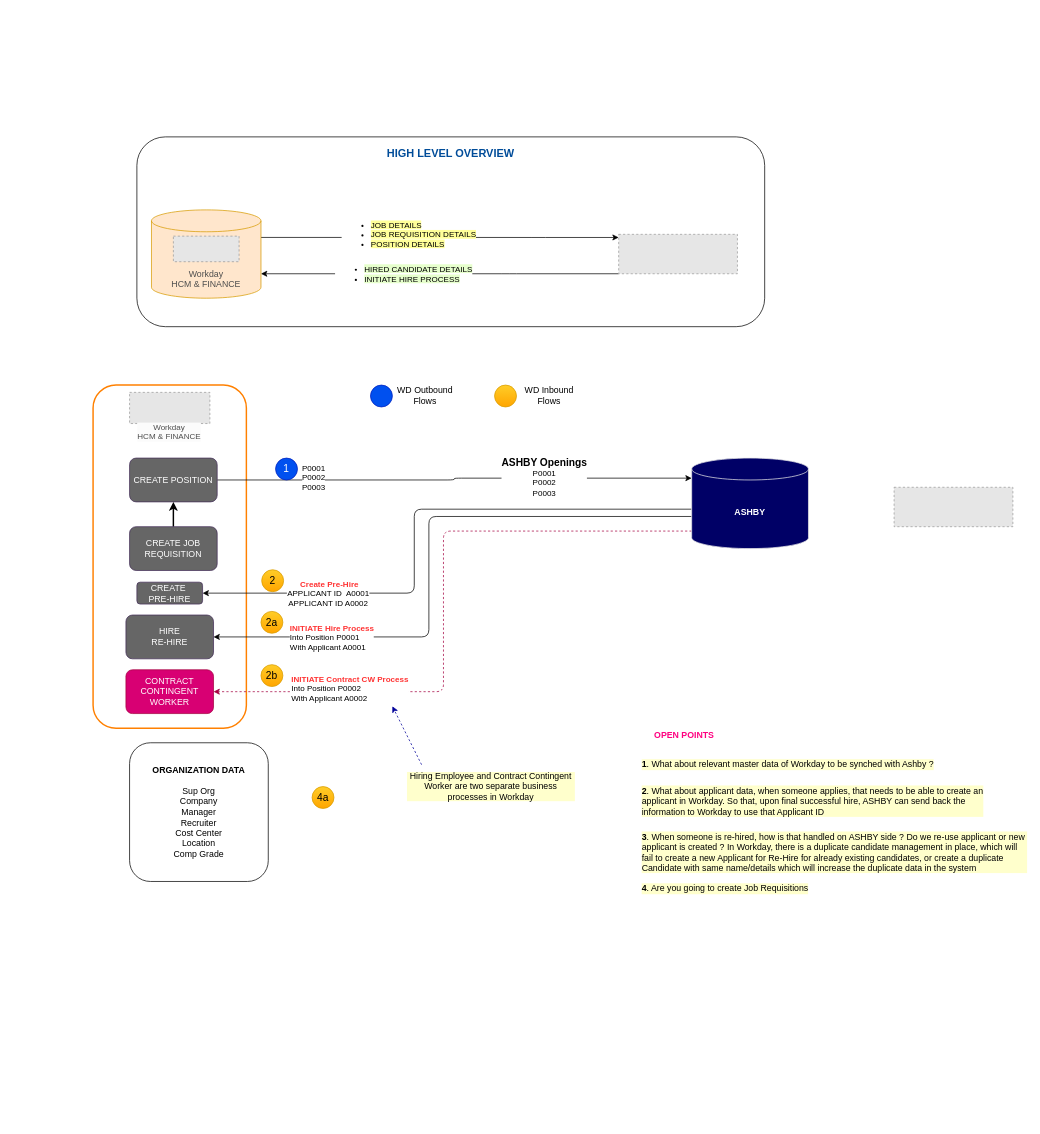
sandyaroma/sandyaroma keeps this draw.io diagram as ASHBY Recruiting Integration.drawio. Above is the earlier version. Source tidied: cells renumbered, new cells numbered last; positions are measured from the earlier drawing's top-left corner, leaving out a move shared by most shapes. Both pictures are drawn from the tidied source at 73%, with x=0, y=0 at pixel (12, 137). Pictures stored in the file or linked from it are replaced by grey dashed boxes.
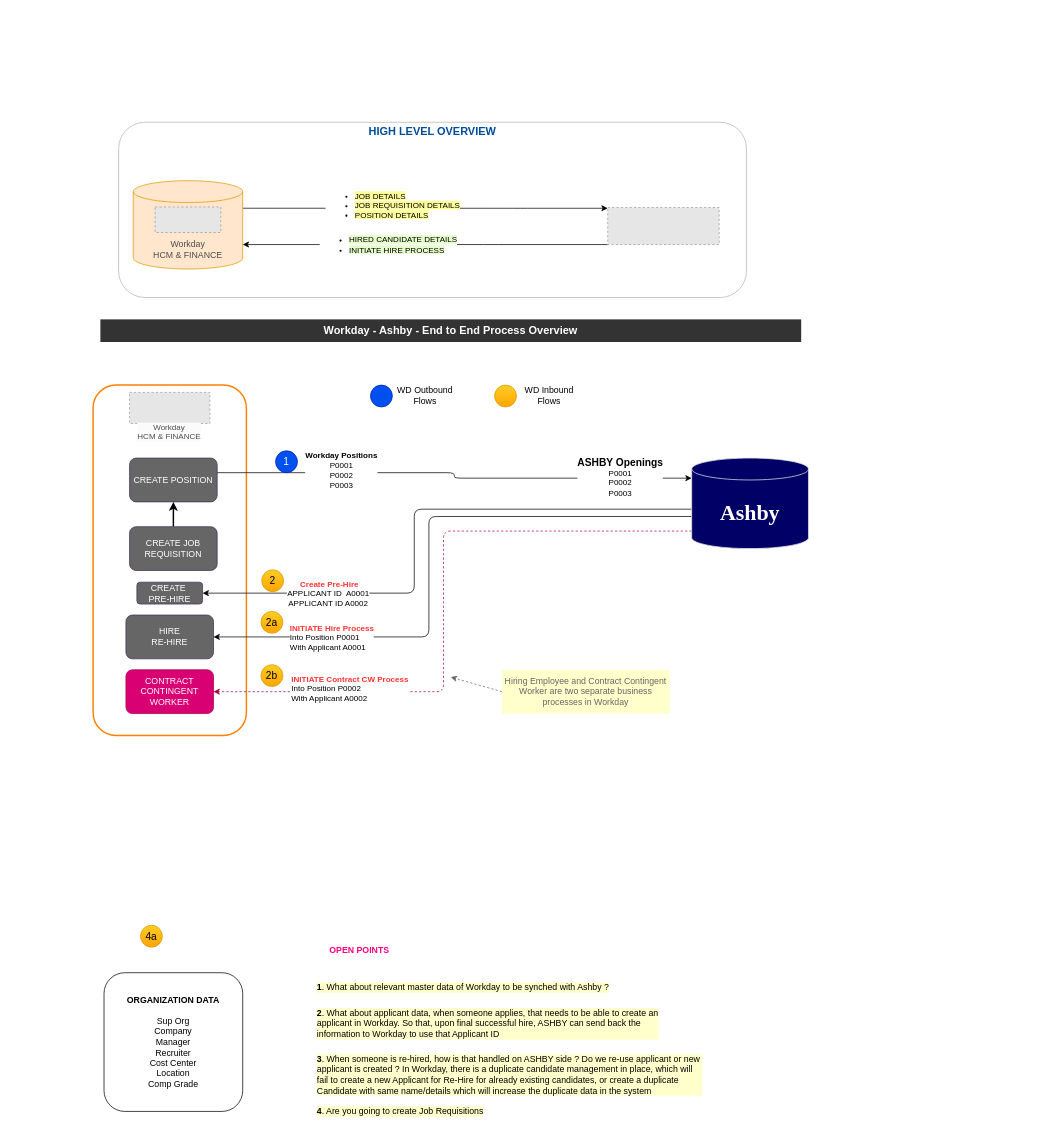
Above is the later version.

The change refers to these unchanged cells:
```xml
<mxCell id="15" value="CREATE POSITION" style="rounded=1;whiteSpace=wrap;html=1;fillColor=#666666;fontColor=#ffffff;strokeColor=#432D57;" parent="1" vertex="1">
  <mxGeometry x="160" y="440" width="120" height="60" as="geometry" />
</mxCell>
```

What changed in the source:
```diff
@@
     <mxCell id="2" style="rounded=1;whiteSpace=wrap;html=1;fillColor=none;strokeColor=#FF8000;strokeWidth=2;perimeterSpacing=1;" parent="1" vertex="1">
-      <mxGeometry x="110" y="340" width="210" height="470" as="geometry" />
+      <mxGeometry x="110" y="340" width="210" height="480" as="geometry" />
     </mxCell>
-    <mxCell id="3" value="&lt;b style=&quot;font-size: 15px;&quot;&gt;&lt;font color=&quot;#004c99&quot; style=&quot;font-size: 15px;&quot;&gt;HIGH LEVEL OVERVIEW&lt;/font&gt;&lt;/b&gt;&lt;div style=&quot;font-size: 15px;&quot;&gt;&lt;b&gt;&lt;font color=&quot;#004c99&quot; style=&quot;font-size: 15px;&quot;&gt;&lt;br&gt;&lt;/font&gt;&lt;/b&gt;&lt;/div&gt;&lt;div style=&quot;font-size: 15px;&quot;&gt;&lt;b&gt;&lt;font color=&quot;#004c99&quot; style=&quot;font-size: 15px;&quot;&gt;&lt;br&gt;&lt;/font&gt;&lt;/b&gt;&lt;/div&gt;&lt;div style=&quot;font-size: 15px;&quot;&gt;&lt;b&gt;&lt;font color=&quot;#004c99&quot; style=&quot;font-size: 15px;&quot;&gt;&lt;br&gt;&lt;/font&gt;&lt;/b&gt;&lt;/div&gt;&lt;div style=&quot;font-size: 15px;&quot;&gt;&lt;b&gt;&lt;font color=&quot;#004c99&quot; style=&quot;font-size: 15px;&quot;&gt;&lt;br&gt;&lt;/font&gt;&lt;/b&gt;&lt;/div&gt;&lt;div style=&quot;font-size: 15px;&quot;&gt;&lt;b&gt;&lt;font color=&quot;#004c99&quot; style=&quot;font-size: 15px;&quot;&gt;&lt;br&gt;&lt;/font&gt;&lt;/b&gt;&lt;/div&gt;&lt;div style=&quot;font-size: 15px;&quot;&gt;&lt;b&gt;&lt;font color=&quot;#004c99&quot; style=&quot;font-size: 15px;&quot;&gt;&lt;br&gt;&lt;/font&gt;&lt;/b&gt;&lt;/div&gt;&lt;div style=&quot;font-size: 15px;&quot;&gt;&lt;b&gt;&lt;font color=&quot;#004c99&quot; style=&quot;font-size: 15px;&quot;&gt;&lt;br&gt;&lt;/font&gt;&lt;/b&gt;&lt;/div&gt;&lt;div style=&quot;font-size: 15px;&quot;&gt;&lt;b&gt;&lt;font color=&quot;#004c99&quot; style=&quot;font-size: 15px;&quot;&gt;&lt;br&gt;&lt;/font&gt;&lt;/b&gt;&lt;/div&gt;&lt;div style=&quot;font-size: 15px;&quot;&gt;&lt;b&gt;&lt;font color=&quot;#004c99&quot; style=&quot;font-size: 15px;&quot;&gt;&lt;br&gt;&lt;/font&gt;&lt;/b&gt;&lt;/div&gt;&lt;div style=&quot;font-size: 15px;&quot;&gt;&lt;b&gt;&lt;font color=&quot;#004c99&quot; style=&quot;font-size: 15px;&quot;&gt;&lt;br&gt;&lt;/font&gt;&lt;/b&gt;&lt;/div&gt;&lt;div style=&quot;font-size: 15px;&quot;&gt;&lt;b&gt;&lt;font color=&quot;#004c99&quot; style=&quot;font-size: 15px;&quot;&gt;&lt;br&gt;&lt;/font&gt;&lt;/b&gt;&lt;/div&gt;&lt;div style=&quot;font-size: 15px;&quot;&gt;&lt;br&gt;&lt;/div&gt;" style="rounded=1;whiteSpace=wrap;html=1;fillColor=none;" parent="1" vertex="1">
-      <mxGeometry x="170" width="860" height="260" as="geometry" />
+    <mxCell id="3" value="&lt;b style=&quot;font-size: 15px;&quot;&gt;&lt;font color=&quot;#004c99&quot; style=&quot;font-size: 15px;&quot;&gt;HIGH LEVEL OVERVIEW&lt;/font&gt;&lt;/b&gt;&lt;div style=&quot;font-size: 15px;&quot;&gt;&lt;b&gt;&lt;font color=&quot;#004c99&quot; style=&quot;font-size: 15px;&quot;&gt;&lt;br&gt;&lt;/font&gt;&lt;/b&gt;&lt;/div&gt;&lt;div style=&quot;font-size: 15px;&quot;&gt;&lt;b&gt;&lt;font color=&quot;#004c99&quot; style=&quot;font-size: 15px;&quot;&gt;&lt;br&gt;&lt;/font&gt;&lt;/b&gt;&lt;/div&gt;&lt;div style=&quot;font-size: 15px;&quot;&gt;&lt;b&gt;&lt;font color=&quot;#004c99&quot; style=&quot;font-size: 15px;&quot;&gt;&lt;br&gt;&lt;/font&gt;&lt;/b&gt;&lt;/div&gt;&lt;div style=&quot;font-size: 15px;&quot;&gt;&lt;b&gt;&lt;font color=&quot;#004c99&quot; style=&quot;font-size: 15px;&quot;&gt;&lt;br&gt;&lt;/font&gt;&lt;/b&gt;&lt;/div&gt;&lt;div style=&quot;font-size: 15px;&quot;&gt;&lt;b&gt;&lt;font color=&quot;#004c99&quot; style=&quot;font-size: 15px;&quot;&gt;&lt;br&gt;&lt;/font&gt;&lt;/b&gt;&lt;/div&gt;&lt;div style=&quot;font-size: 15px;&quot;&gt;&lt;b&gt;&lt;font color=&quot;#004c99&quot; style=&quot;font-size: 15px;&quot;&gt;&lt;br&gt;&lt;/font&gt;&lt;/b&gt;&lt;/div&gt;&lt;div style=&quot;font-size: 15px;&quot;&gt;&lt;b&gt;&lt;font color=&quot;#004c99&quot; style=&quot;font-size: 15px;&quot;&gt;&lt;br&gt;&lt;/font&gt;&lt;/b&gt;&lt;/div&gt;&lt;div style=&quot;font-size: 15px;&quot;&gt;&lt;b&gt;&lt;font color=&quot;#004c99&quot; style=&quot;font-size: 15px;&quot;&gt;&lt;br&gt;&lt;/font&gt;&lt;/b&gt;&lt;/div&gt;&lt;div style=&quot;font-size: 15px;&quot;&gt;&lt;b&gt;&lt;font color=&quot;#004c99&quot; style=&quot;font-size: 15px;&quot;&gt;&lt;br&gt;&lt;/font&gt;&lt;/b&gt;&lt;/div&gt;&lt;div style=&quot;font-size: 15px;&quot;&gt;&lt;b&gt;&lt;font color=&quot;#004c99&quot; style=&quot;font-size: 15px;&quot;&gt;&lt;br&gt;&lt;/font&gt;&lt;/b&gt;&lt;/div&gt;&lt;div style=&quot;font-size: 15px;&quot;&gt;&lt;b&gt;&lt;font color=&quot;#004c99&quot; style=&quot;font-size: 15px;&quot;&gt;&lt;br&gt;&lt;/font&gt;&lt;/b&gt;&lt;/div&gt;&lt;div style=&quot;font-size: 15px;&quot;&gt;&lt;br&gt;&lt;/div&gt;" style="rounded=1;whiteSpace=wrap;html=1;fillColor=none;strokeColor=#B3B3B3;" parent="1" vertex="1">
+      <mxGeometry x="145" y="-20" width="860" height="240" as="geometry" />
     </mxCell>
     <mxCell id="4" style="edgeStyle=orthogonalEdgeStyle;rounded=1;jettySize=auto;html=1;exitX=1;exitY=0;exitDx=0;exitDy=37.75;exitPerimeter=0;curved=0;" parent="1" edge="1" source="6" target="10">
       <mxGeometry relative="1" as="geometry">
         <Array as="points">
-          <mxPoint x="720" y="137.5" />
-          <mxPoint x="720" y="137.5" />
+          <mxPoint x="695" y="97.5" />
+          <mxPoint x="695" y="97.5" />
         </Array>
       </mxGeometry>
     </mxCell>
@@
     <mxCell id="6" value="&lt;div&gt;&lt;font color=&quot;#4d4d4d&quot;&gt;&lt;br&gt;&lt;/font&gt;&lt;/div&gt;&lt;div&gt;&lt;font color=&quot;#4d4d4d&quot;&gt;&lt;br&gt;&lt;/font&gt;&lt;/div&gt;&lt;font color=&quot;#4d4d4d&quot;&gt;&lt;div&gt;&lt;font color=&quot;#4d4d4d&quot;&gt;&lt;br&gt;&lt;/font&gt;&lt;/div&gt;Workday&lt;/font&gt;&lt;div&gt;&lt;font color=&quot;#4d4d4d&quot;&gt;HCM &amp;amp; FINANCE&lt;/font&gt;&lt;/div&gt;" style="shape=cylinder3;whiteSpace=wrap;html=1;boundedLbl=1;backgroundOutline=1;size=15;fillColor=#ffe6cc;strokeColor=#d79b00;" parent="1" vertex="1">
-      <mxGeometry x="190" y="100" width="150" height="121" as="geometry" />
+      <mxGeometry x="165" y="60" width="150" height="121" as="geometry" />
     </mxCell>
     <mxCell id="7" style="fillColor=#E6E6E6;strokeColor=#999999;dashed=1;verticalLabelPosition=bottom;labelBackgroundColor=default;verticalAlign=top;" parent="1" vertex="1">
-      <mxGeometry x="220" y="136" width="90" height="35" as="geometry" />
+      <mxGeometry x="195" y="96" width="90" height="35" as="geometry" />
     </mxCell>
     <mxCell id="8" style="edgeStyle=orthogonalEdgeStyle;rounded=1;jettySize=auto;html=1;exitX=0;exitY=1;exitDx=0;exitDy=0;curved=0;" parent="1" edge="1" source="10" target="6">
       <mxGeometry relative="1" as="geometry">
         <Array as="points">
-          <mxPoint x="680" y="187.5" />
-          <mxPoint x="680" y="187.5" />
+          <mxPoint x="655" y="147.5" />
+          <mxPoint x="655" y="147.5" />
         </Array>
       </mxGeometry>
     </mxCell>
@@
     <mxCell id="10" style="fillColor=#E6E6E6;strokeColor=#999999;dashed=1;verticalLabelPosition=bottom;labelBackgroundColor=default;verticalAlign=top;" parent="1" vertex="1">
-      <mxGeometry x="830" y="133.5" width="162.7" height="54" as="geometry" />
+      <mxGeometry x="815" y="96.8" width="152.7" height="50.7" as="geometry" />
     </mxCell>
     <mxCell id="11" style="shape=cylinder3;whiteSpace=wrap;html=1;boundedLbl=1;backgroundOutline=1;size=15;strokeColor=none;" parent="1" vertex="1">
-      <mxGeometry y="304" width="60" height="80" as="geometry" />
+      <mxGeometry x="15" y="354" width="60" height="80" as="geometry" />
     </mxCell>
     <mxCell id="12" style="edgeStyle=orthogonalEdgeStyle;rounded=1;jettySize=auto;html=1;entryX=0;entryY=0;entryDx=0;entryDy=27.5;entryPerimeter=0;curved=0;" parent="1" edge="1" source="15" target="21">
-      <mxGeometry relative="1" as="geometry" />
+      <mxGeometry relative="1" as="geometry">
+        <Array as="points">
+          <mxPoint x="605" y="460" />
+          <mxPoint x="605" y="468" />
+        </Array>
+      </mxGeometry>
     </mxCell>
-    <mxCell id="13" value="P0001&lt;div&gt;P0002&lt;/div&gt;&lt;div&gt;P0003&lt;/div&gt;" style="edgeLabel;html=1;align=center;verticalAlign=middle;" parent="12" vertex="1">
-      <mxGeometry x="-0.6" y="4" relative="1" as="geometry" />
+    <mxCell id="13" value="&lt;div&gt;&lt;b&gt;Workday Positions&lt;/b&gt;&lt;/div&gt;P0001&lt;div&gt;P0002&lt;/div&gt;&lt;div&gt;P0003&lt;/div&gt;" style="edgeLabel;html=1;align=center;verticalAlign=middle;" parent="12" vertex="1">
+      <mxGeometry x="-0.6" y="4" relative="1" as="geometry">
+        <mxPoint x="37" as="offset" />
+      </mxGeometry>
     </mxCell>
     <mxCell id="14" value="&lt;font style=&quot;font-size: 14px;&quot;&gt;&lt;b&gt;ASHBY Openings&lt;/b&gt;&lt;/font&gt;&lt;div&gt;P0001&lt;/div&gt;&lt;div&gt;P0002&lt;/div&gt;&lt;div&gt;P0003&lt;/div&gt;" style="edgeLabel;html=1;align=center;verticalAlign=middle;" parent="12" vertex="1">
       <mxGeometry x="0.38" y="3" relative="1" as="geometry">
-        <mxPoint y="1" as="offset" />
+        <mxPoint x="105" y="1" as="offset" />
       </mxGeometry>
     </mxCell>
@@
-    <mxCell id="21" value="&lt;font color=&quot;#ffffff&quot;&gt;&lt;b&gt;ASHBY&lt;/b&gt;&lt;/font&gt;" style="shape=cylinder3;whiteSpace=wrap;html=1;boundedLbl=1;backgroundOutline=1;size=15;fillColor=#000066;strokeColor=#E6E6E6;" parent="1" vertex="1">
+    <mxCell id="21" value="&lt;h1&gt;&lt;font size=&quot;1&quot; face=&quot;Times New Roman&quot; color=&quot;#ffffff&quot;&gt;&lt;b style=&quot;font-size: 30px;&quot;&gt;Ashby&lt;/b&gt;&lt;/font&gt;&lt;/h1&gt;" style="shape=cylinder3;whiteSpace=wrap;html=1;boundedLbl=1;backgroundOutline=1;size=15;fillColor=#000066;strokeColor=#E6E6E6;" parent="1" vertex="1">
       <mxGeometry x="930" y="440" width="160" height="124" as="geometry" />
     </mxCell>
@@
-    <mxCell id="24" style="fillColor=#E6E6E6;strokeColor=#999999;dashed=1;verticalLabelPosition=bottom;labelBackgroundColor=default;verticalAlign=top;" parent="1" vertex="1">
-      <mxGeometry x="1207.3" y="480" width="162.7" height="54" as="geometry" />
-    </mxCell>
@@
     <mxCell id="27" value="&lt;b&gt;ORGANIZATION DATA&lt;/b&gt;&lt;div&gt;&lt;br&gt;&lt;/div&gt;&lt;div&gt;Sup Org&lt;/div&gt;&lt;div&gt;Company&lt;/div&gt;&lt;div&gt;Manager&lt;/div&gt;&lt;div&gt;Recruiter&lt;/div&gt;&lt;div&gt;Cost Center&lt;/div&gt;&lt;div&gt;Location&lt;/div&gt;&lt;div&gt;Comp Grade&lt;/div&gt;" style="rounded=1;whiteSpace=wrap;html=1;align=center;" parent="1" vertex="1">
-      <mxGeometry x="160" y="830" width="190" height="190" as="geometry" />
+      <mxGeometry x="125" y="1145" width="190" height="190" as="geometry" />
     </mxCell>
     <mxCell id="28" value="&lt;b&gt;1&lt;/b&gt;. What about relevant master data of Workday to be synched with Ashby ?" style="text;html=1;align=left;verticalAlign=middle;whiteSpace=wrap;rounded=0;labelBackgroundColor=#FFFFCC;" parent="1" vertex="1">
-      <mxGeometry x="860" y="845" width="530" height="30" as="geometry" />
+      <mxGeometry x="415" y="1150" width="530" height="30" as="geometry" />
     </mxCell>
     <mxCell id="29" value="&lt;b&gt;2&lt;/b&gt;. What about applicant data, when someone applies, that needs to be able to create an applicant in Workday. So that, upon final successful hire, ASHBY can send back the information to Workday to use that Applicant ID" style="text;html=1;align=left;verticalAlign=middle;whiteSpace=wrap;rounded=0;labelBackgroundColor=#FFFFCC;" parent="1" vertex="1">
-      <mxGeometry x="860" y="895" width="470" height="30" as="geometry" />
+      <mxGeometry x="415" y="1200" width="470" height="30" as="geometry" />
     </mxCell>
     <mxCell id="30" value="&lt;b&gt;3&lt;/b&gt;. When someone is re-hired, how is that handled on ASHBY side ? Do we re-use applicant or new applicant is created ? In Workday, there is a duplicate candidate management in place, which will fail to create a new Applicant for Re-Hire for already existing candidates, or create a duplicate Candidate with same name/details which will increase the duplicate data in the system" style="text;html=1;align=left;verticalAlign=middle;whiteSpace=wrap;rounded=0;labelBackgroundColor=#FFFFCC;" parent="1" vertex="1">
-      <mxGeometry x="860" y="955" width="530" height="50" as="geometry" />
+      <mxGeometry x="415" y="1260" width="530" height="50" as="geometry" />
     </mxCell>
     <mxCell id="31" value="&lt;b&gt;&lt;font&gt;OPEN POINTS&lt;/font&gt;&lt;/b&gt;" style="text;html=1;align=center;verticalAlign=middle;whiteSpace=wrap;rounded=0;fontColor=#FF0080;" parent="1" vertex="1">
-      <mxGeometry x="860" y="805" width="120" height="30" as="geometry" />
+      <mxGeometry x="415" y="1100" width="120" height="30" as="geometry" />
     </mxCell>
     <mxCell id="32" value="&lt;b&gt;4&lt;/b&gt;. Are you going to create Job Requisitions" style="text;html=1;align=left;verticalAlign=middle;whiteSpace=wrap;rounded=0;labelBackgroundColor=#FFFFCC;" parent="1" vertex="1">
-      <mxGeometry x="860" y="1015" width="530" height="30" as="geometry" />
+      <mxGeometry x="415" y="1320" width="530" height="30" as="geometry" />
     </mxCell>
@@
     <mxCell id="34" value="&lt;font style=&quot;font-size: 14px;&quot;&gt;1&lt;/font&gt;" style="ellipse;whiteSpace=wrap;html=1;fillColor=#0050ef;fontColor=#ffffff;strokeColor=#001DBC;" parent="1" vertex="1">
-      <mxGeometry x="360" y="440" width="30" height="30" as="geometry" />
+      <mxGeometry x="360" y="430" width="30" height="30" as="geometry" />
     </mxCell>
@@
     <mxCell id="36" value="&lt;span style=&quot;font-size: 14px;&quot;&gt;4a&lt;/span&gt;" style="ellipse;whiteSpace=wrap;html=1;fillColor=#ffcd28;strokeColor=#d79b00;gradientColor=#ffa500;" parent="1" vertex="1">
-      <mxGeometry x="410" y="890" width="30" height="30" as="geometry" />
+      <mxGeometry x="175" y="1080" width="30" height="30" as="geometry" />
     </mxCell>
@@
-    <mxCell id="38" value="Hiring Employee and Contract Contingent Worker are two separate business processes in Workday" style="text;html=1;align=center;verticalAlign=middle;whiteSpace=wrap;rounded=0;fillColor=#FFFFCC;" parent="1" vertex="1">
-      <mxGeometry x="540" y="870" width="230" height="40" as="geometry" />
+    <mxCell id="38" value="&lt;font color=&quot;#666666&quot;&gt;Hiring Employee and Contract Contingent Worker are two separate business processes in Workday&lt;/font&gt;" style="text;html=1;align=center;verticalAlign=middle;whiteSpace=wrap;rounded=0;fillColor=#FFFFCC;" parent="1" vertex="1">
+      <mxGeometry x="670" y="730" width="230" height="60" as="geometry" />
     </mxCell>
-    <mxCell id="39" style="endArrow=classic;html=1;rounded=0;dashed=1;strokeColor=#000099;" parent="1" edge="1">
+    <mxCell id="39" style="endArrow=classic;html=1;rounded=0;dashed=1;strokeColor=#666666;exitX=0;exitY=0.5;exitDx=0;exitDy=0;" parent="1" edge="1" source="38">
       <mxGeometry relative="1" as="geometry">
-        <mxPoint x="560" y="860" as="sourcePoint" />
-        <mxPoint x="520" y="780" as="targetPoint" />
+        <mxPoint x="600" y="740" as="targetPoint" />
       </mxGeometry>
     </mxCell>
@@
+    <mxCell id="48" value="&lt;div style=&quot;forced-color-adjust: none; font-size: 15px;&quot;&gt;&lt;b style=&quot;&quot;&gt;&lt;font color=&quot;#ffffff&quot;&gt;Workday - Ashby - End to End Process Overview&lt;/font&gt;&lt;/b&gt;&lt;/div&gt;" style="text;whiteSpace=wrap;html=1;align=center;fillColor=#333333;" parent="1" vertex="1">
+      <mxGeometry x="120" y="250" width="960" height="31" as="geometry" />
+    </mxCell>
+    <mxCell id="49" style="ellipse;whiteSpace=wrap;html=1;fillColor=none;strokeColor=none;" parent="1" vertex="1">
+      <mxGeometry x="565" y="-170" width="80" height="80" as="geometry" />
+    </mxCell>
```
